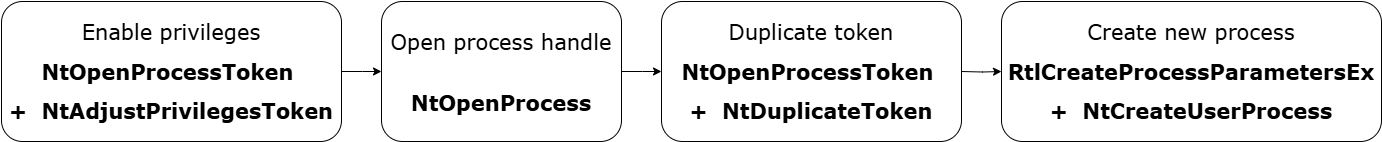
Before: images/nativetokenstealer/esquema.png, a diagram exported from draw.io (ricardojoserf/ricardojoserf.github.io). Source tidied: cells renumbered, new cells last; positions are measured from the earlier drawing's top-left corner, leaving out a move shared by most shapes.
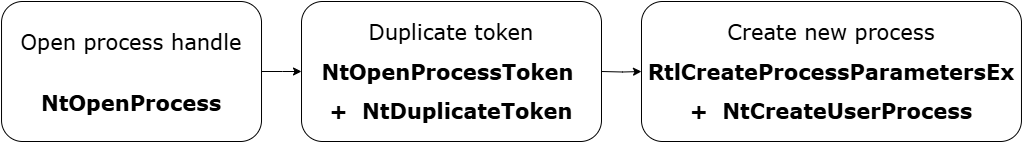
Later version of the same file.

Diff of the diagram source:
```diff
@@ -2,21 +2,8 @@
   <root>
     <mxCell id="0" />
     <mxCell id="1" parent="0" />
-    <mxCell id="2" style="edgeStyle=orthogonalEdgeStyle;rounded=0;orthogonalLoop=1;jettySize=auto;html=1;fontSize=21;" parent="1" edge="1">
-      <mxGeometry relative="1" as="geometry">
-        <mxPoint x="340" y="70" as="sourcePoint" />
-        <mxPoint x="380" y="70" as="targetPoint" />
-        <Array as="points">
-          <mxPoint x="361" y="70" />
-          <mxPoint x="361" y="70" />
-        </Array>
-      </mxGeometry>
-    </mxCell>
-    <mxCell id="3" value="&lt;font style=&quot;line-height: 190%;&quot;&gt;&lt;font&gt;&lt;font style=&quot;line-height: 190%;&quot;&gt;Enable privileges&lt;/font&gt;&lt;br style=&quot;border-color: var(--border-color);&quot;&gt;&lt;/font&gt;&lt;b&gt;NtOpenProcessToken&amp;nbsp;&lt;/b&gt;&lt;/font&gt;&lt;div&gt;&lt;font style=&quot;line-height: 190%;&quot;&gt;&lt;b&gt;+&amp;nbsp; NtAdjustPrivilegesToken&lt;/b&gt;&lt;/font&gt;&lt;/div&gt;" style="rounded=1;whiteSpace=wrap;html=1;fontFamily=Verdana;fontSize=21;" parent="1" vertex="1">
-      <mxGeometry width="340" height="140" as="geometry" />
-    </mxCell>
     <mxCell id="4" value="&lt;div style=&quot;line-height: 140%;&quot;&gt;&lt;font&gt;&lt;font style=&quot;line-height: 160%;&quot;&gt;&lt;font&gt;Open process handle&lt;/font&gt;&lt;br style=&quot;border-color: var(--border-color);&quot;&gt;&lt;/font&gt;&lt;b&gt;&lt;br&gt;&lt;/b&gt;&lt;/font&gt;&lt;div&gt;&lt;font&gt;&lt;b&gt;NtOpenProcess&lt;/b&gt;&lt;/font&gt;&lt;/div&gt;&lt;/div&gt;" style="rounded=1;whiteSpace=wrap;html=1;fontFamily=Verdana;fontSize=21;" parent="1" vertex="1">
-      <mxGeometry x="380" width="240" height="140" as="geometry" />
+      <mxGeometry x="360" width="260" height="140" as="geometry" />
     </mxCell>
     <mxCell id="5" style="edgeStyle=orthogonalEdgeStyle;rounded=0;orthogonalLoop=1;jettySize=auto;html=1;entryX=0;entryY=0.5;entryDx=0;entryDy=0;fontSize=21;" parent="1" edge="1">
       <mxGeometry relative="1" as="geometry">
```
